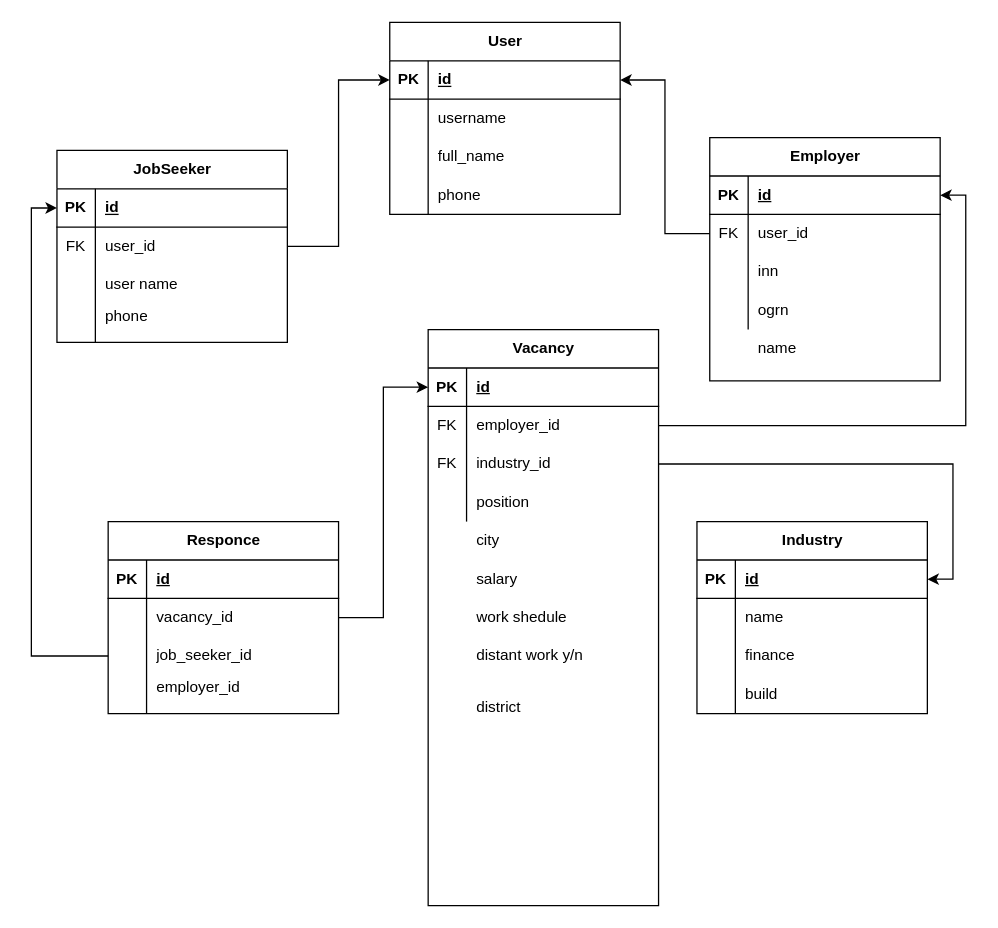
The draw.io diagram Диаграмма без названия.drawio in EvgenyMaksimov00700/needswork, before the edit. Source tidied: cells renumbered, new cells numbered last; positions are measured from the earlier drawing's top-left corner, leaving out a move shared by most shapes. Both pictures are drawn from the tidied source at 128%, with x=0, y=0 at pixel (56, 22).
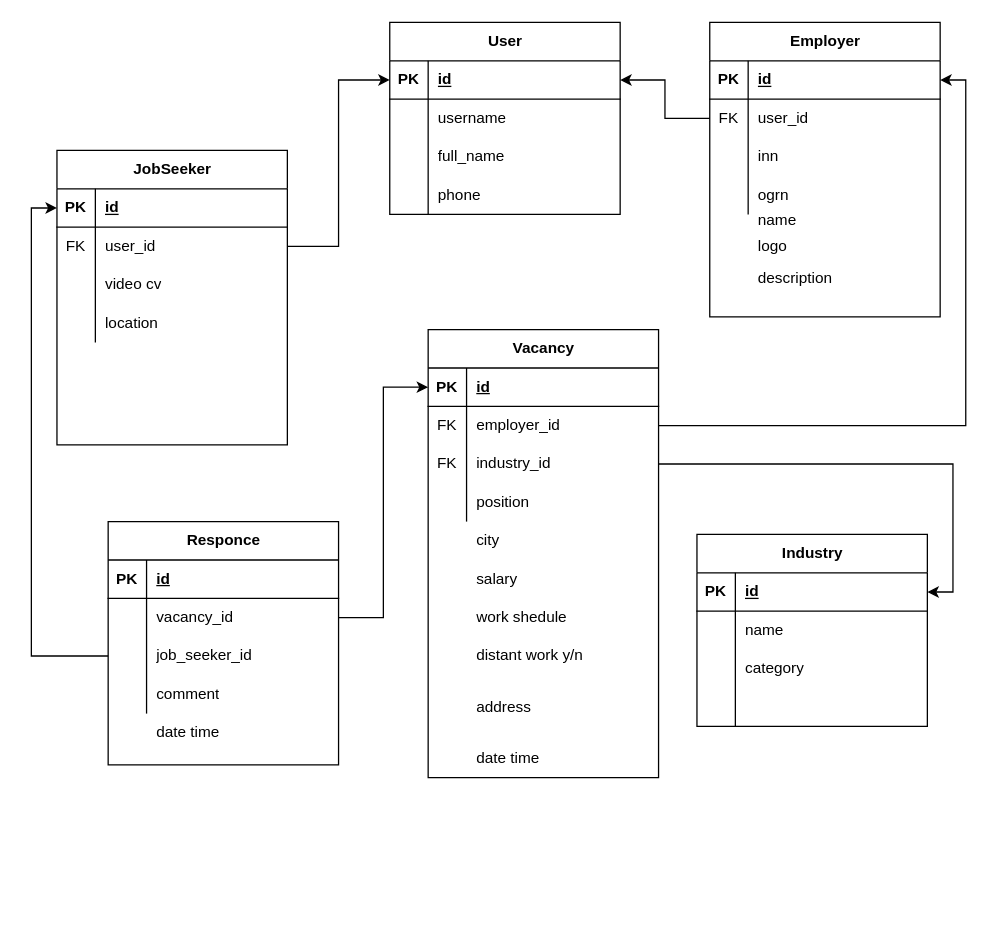
Above is the later version.

Unchanged cells that the change refers to:
```xml
<mxCell id="22" style="shape=tableRow;horizontal=0;startSize=0;swimlaneHead=0;swimlaneBody=0;fillColor=none;top=0;left=0;right=0;bottom=0;" parent="15" vertex="1">
  <mxGeometry y="90" width="180" height="30" as="geometry" />
</mxCell>
<mxCell id="25" style="shape=tableRow;horizontal=0;startSize=0;swimlaneHead=0;swimlaneBody=0;fillColor=none;top=0;left=0;right=0;bottom=0;" parent="15" vertex="1">
  <mxGeometry y="120" width="180" height="30" as="geometry" />
</mxCell>
<mxCell id="50" style="shape=tableRow;horizontal=0;startSize=0;swimlaneHead=0;swimlaneBody=0;fillColor=none;top=0;left=0;right=0;bottom=0;" parent="43" vertex="1">
  <mxGeometry y="90" width="180" height="30" as="geometry" />
</mxCell>
<mxCell id="53" style="shape=tableRow;horizontal=0;startSize=0;swimlaneHead=0;swimlaneBody=0;fillColor=none;top=0;left=0;right=0;bottom=0;" parent="43" vertex="1">
  <mxGeometry y="120" width="180" height="30" as="geometry" />
</mxCell>
<mxCell id="81" style="shape=tableRow;horizontal=0;startSize=0;swimlaneHead=0;swimlaneBody=0;fillColor=none;top=0;left=0;right=0;bottom=0;" parent="71" vertex="1">
  <mxGeometry y="120" width="180" height="30" as="geometry" />
</mxCell>
```

The edit, as a diff of the source:
```diff
@@
     <mxCell id="15" value="JobSeeker" style="shape=table;startSize=30;childLayout=tableLayout;rowLines=0;fontStyle=1;align=center;html=1;" parent="1" vertex="1">
-      <mxGeometry y="100" width="180" height="150" as="geometry" />
+      <mxGeometry y="100" width="180" height="230" as="geometry" />
     </mxCell>
@@
-    <mxCell id="24" value="user name&lt;span style=&quot;white-space: pre;&quot;&gt;&#9;&lt;/span&gt;" style="shape=partialRectangle;fillColor=none;top=0;left=0;bottom=0;right=0;align=left;spacingLeft=6;overflow=hidden;whiteSpace=wrap;html=1;" parent="22" vertex="1">
+    <mxCell id="24" value="video cv" style="shape=partialRectangle;fillColor=none;top=0;left=0;bottom=0;right=0;align=left;spacingLeft=6;overflow=hidden;whiteSpace=wrap;html=1;" parent="22" vertex="1">
       <mxGeometry x="30" width="150" height="30" as="geometry" />
     </mxCell>
@@
-    <mxCell id="27" value="phone&lt;div&gt;&lt;br&gt;&lt;/div&gt;" style="shape=partialRectangle;fillColor=none;top=0;left=0;bottom=0;right=0;align=left;spacingLeft=6;overflow=hidden;whiteSpace=wrap;html=1;" parent="25" vertex="1">
+    <mxCell id="27" value="location" style="shape=partialRectangle;fillColor=none;top=0;left=0;bottom=0;right=0;align=left;spacingLeft=6;overflow=hidden;whiteSpace=wrap;html=1;" parent="25" vertex="1">
       <mxGeometry x="30" width="150" height="30" as="geometry" />
     </mxCell>
     <mxCell id="28" value="Employer" style="shape=table;startSize=30;childLayout=tableLayout;rowLines=0;fontStyle=1;align=center;html=1;" parent="1" vertex="1">
-      <mxGeometry x="510" y="90" width="180" height="190" as="geometry" />
+      <mxGeometry x="510" width="180" height="230" as="geometry" />
     </mxCell>
@@
     <mxCell id="43" value="Industry" style="shape=table;startSize=30;childLayout=tableLayout;rowLines=0;fontStyle=1;align=center;html=1;" parent="1" vertex="1">
-      <mxGeometry x="500" y="390" width="180" height="150" as="geometry" />
+      <mxGeometry x="500" y="400" width="180" height="150" as="geometry" />
     </mxCell>
@@
-    <mxCell id="52" value="finance" style="shape=partialRectangle;fillColor=none;top=0;left=0;bottom=0;right=0;align=left;spacingLeft=6;overflow=hidden;whiteSpace=wrap;html=1;" parent="50" vertex="1">
+    <mxCell id="52" value="category" style="shape=partialRectangle;fillColor=none;top=0;left=0;bottom=0;right=0;align=left;spacingLeft=6;overflow=hidden;whiteSpace=wrap;html=1;" parent="50" vertex="1">
       <mxGeometry x="30" width="150" height="30" as="geometry" />
     </mxCell>
@@
-    <mxCell id="55" value="build" style="shape=partialRectangle;fillColor=none;top=0;left=0;bottom=0;right=0;align=left;spacingLeft=6;overflow=hidden;whiteSpace=wrap;html=1;" parent="53" vertex="1">
+    <mxCell id="55" style="shape=partialRectangle;fillColor=none;top=0;left=0;bottom=0;right=0;align=left;spacingLeft=6;overflow=hidden;whiteSpace=wrap;html=1;" parent="53" vertex="1">
       <mxGeometry x="30" width="150" height="30" as="geometry" />
     </mxCell>
     <mxCell id="56" value="Vacancy" style="shape=table;startSize=30;childLayout=tableLayout;rowLines=0;fontStyle=1;align=center;html=1;" parent="1" vertex="1">
-      <mxGeometry x="290" y="240" width="180" height="450" as="geometry" />
+      <mxGeometry x="290" y="240" width="180" height="350" as="geometry" />
     </mxCell>
@@
     <mxCell id="71" value="Responce" style="shape=table;startSize=30;childLayout=tableLayout;rowLines=0;fontStyle=1;align=center;html=1;" parent="1" vertex="1">
-      <mxGeometry x="40" y="390" width="180" height="150" as="geometry" />
+      <mxGeometry x="40" y="390" width="180" height="190" as="geometry" />
     </mxCell>
@@
-    <mxCell id="83" value="employer_id&lt;div&gt;&lt;br&gt;&lt;/div&gt;" style="shape=partialRectangle;fillColor=none;top=0;left=0;bottom=0;right=0;align=left;spacingLeft=6;overflow=hidden;whiteSpace=wrap;html=1;" parent="81" vertex="1">
+    <mxCell id="83" value="&lt;div&gt;comment&lt;/div&gt;" style="shape=partialRectangle;fillColor=none;top=0;left=0;bottom=0;right=0;align=left;spacingLeft=6;overflow=hidden;whiteSpace=wrap;html=1;" parent="81" vertex="1">
       <mxGeometry x="30" width="150" height="30" as="geometry" />
     </mxCell>
@@
     <mxCell id="86" value="name" style="shape=partialRectangle;fillColor=none;top=0;left=0;bottom=0;right=0;align=left;spacingLeft=6;overflow=hidden;whiteSpace=wrap;html=1;" parent="1" vertex="1">
-      <mxGeometry x="540" y="240" width="150" height="30" as="geometry" />
+      <mxGeometry x="540" y="140" width="150" height="30" as="geometry" />
     </mxCell>
@@
-    <mxCell id="93" value="&lt;div&gt;district&lt;/div&gt;" style="shape=partialRectangle;fillColor=none;top=0;left=0;bottom=0;right=0;align=left;spacingLeft=6;overflow=hidden;whiteSpace=wrap;html=1;" parent="1" vertex="1">
+    <mxCell id="93" value="&lt;div&gt;address&lt;/div&gt;" style="shape=partialRectangle;fillColor=none;top=0;left=0;bottom=0;right=0;align=left;spacingLeft=6;overflow=hidden;whiteSpace=wrap;html=1;" parent="1" vertex="1">
       <mxGeometry x="320" y="520" width="150" height="30" as="geometry" />
     </mxCell>
+    <mxCell id="94" value="logo" style="shape=partialRectangle;fillColor=none;top=0;left=0;bottom=0;right=0;align=left;spacingLeft=6;overflow=hidden;whiteSpace=wrap;html=1;" parent="1" vertex="1">
+      <mxGeometry x="540" y="160" width="150" height="30" as="geometry" />
+    </mxCell>
+    <mxCell id="95" value="description&lt;div&gt;&lt;br&gt;&lt;/div&gt;" style="shape=partialRectangle;fillColor=none;top=0;left=0;bottom=0;right=0;align=left;spacingLeft=6;overflow=hidden;whiteSpace=wrap;html=1;" parent="1" vertex="1">
+      <mxGeometry x="540" y="190" width="150" height="30" as="geometry" />
+    </mxCell>
+    <mxCell id="96" value="&lt;div&gt;date time&lt;/div&gt;" style="shape=partialRectangle;fillColor=none;top=0;left=0;bottom=0;right=0;align=left;spacingLeft=6;overflow=hidden;whiteSpace=wrap;html=1;" parent="1" vertex="1">
+      <mxGeometry x="70" y="540" width="150" height="30" as="geometry" />
+    </mxCell>
+    <mxCell id="97" value="&lt;div&gt;date time&lt;/div&gt;" style="shape=partialRectangle;fillColor=none;top=0;left=0;bottom=0;right=0;align=left;spacingLeft=6;overflow=hidden;whiteSpace=wrap;html=1;" parent="1" vertex="1">
+      <mxGeometry x="320" y="560" width="150" height="30" as="geometry" />
+    </mxCell>
```
